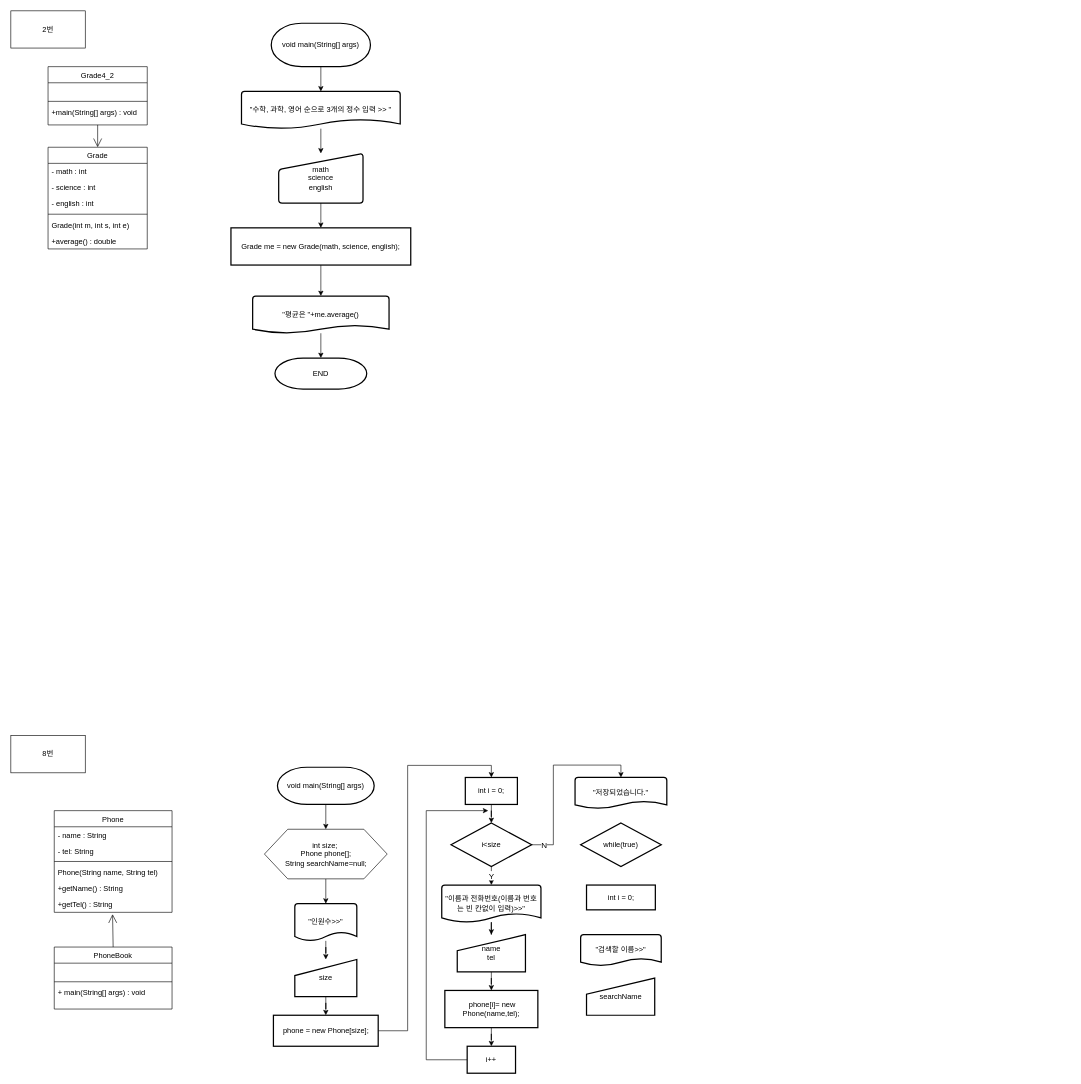
Before: 4장 과제.drawio in skatld123/NSH, a draw.io diagram. Source tidied: cells renumbered, new cells numbered last; positions are measured from the earlier drawing's top-left corner, leaving out a move shared by most shapes. Both pictures are drawn from the tidied source at 62%, with x=0, y=0 at pixel (11, 11).
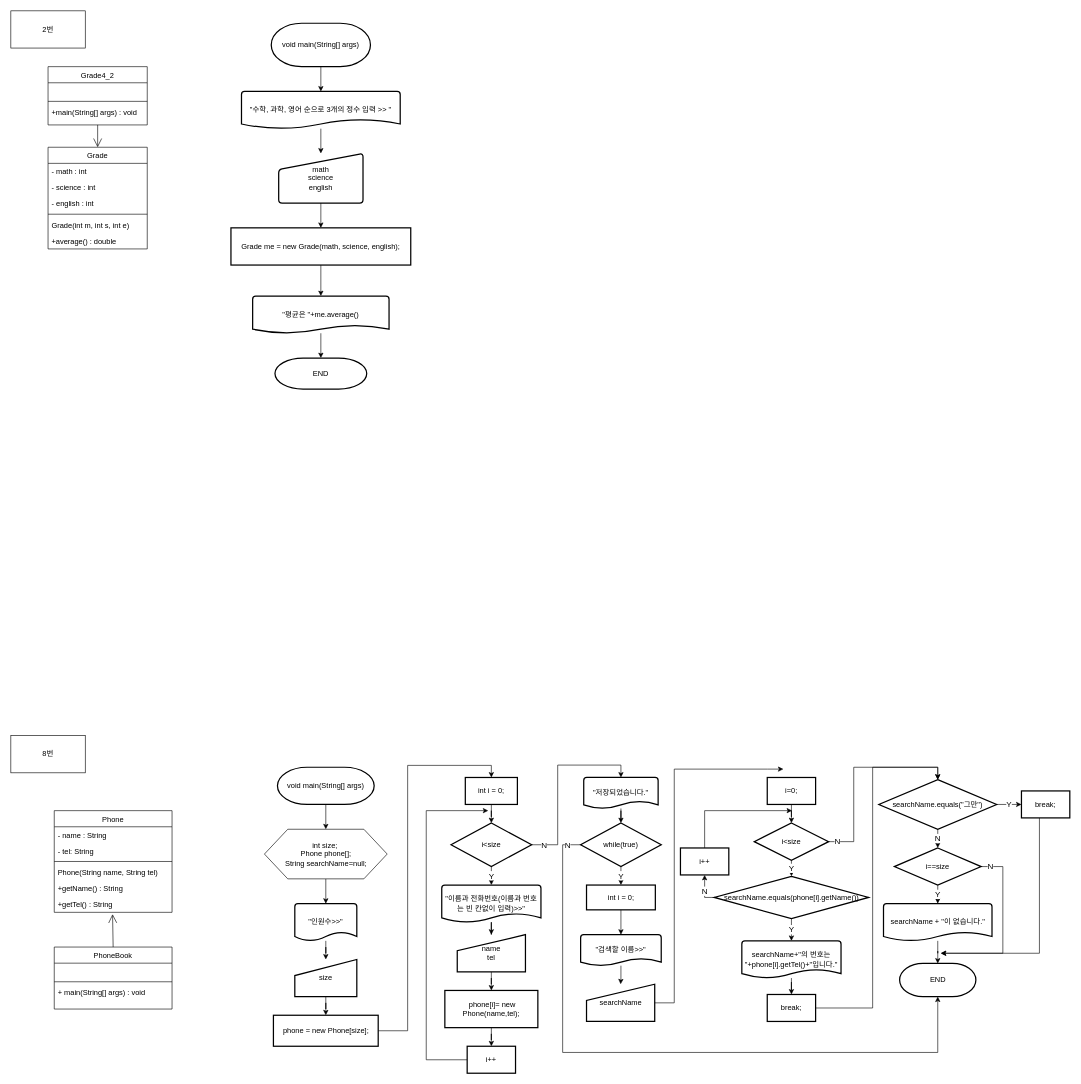
After the change.

Commit message:
4장 과제.drawio 업데이트

Unchanged cells that the change refers to:
```xml
<mxCell id="63" value="while(true)" style="strokeWidth=2;html=1;shape=mxgraph.flowchart.decision;whiteSpace=wrap;" parent="1" vertex="1">
  <mxGeometry x="919" y="1310" width="130" height="70" as="geometry" />
</mxCell>
<mxCell id="64" value="int i = 0;" style="rounded=1;whiteSpace=wrap;html=1;absoluteArcSize=1;arcSize=0;strokeWidth=2;" parent="1" vertex="1">
  <mxGeometry x="928.5" y="1410" width="111" height="40" as="geometry" />
</mxCell>
<mxCell id="65" value="&quot;검색할 이름&amp;gt;&amp;gt;&quot;" style="strokeWidth=2;html=1;shape=mxgraph.flowchart.document2;whiteSpace=wrap;size=0.23333333333333334;" parent="1" vertex="1">
  <mxGeometry x="919" y="1490" width="130" height="50" as="geometry" />
</mxCell>
```

The edit, as a diff of the source:
```diff
@@
+    <mxCell id="67" style="edgeStyle=orthogonalEdgeStyle;rounded=0;jettySize=auto;html=1;fontSize=13;" parent="1" edge="1" source="62" target="63">
+      <mxGeometry relative="1" as="geometry" />
+    </mxCell>
     <mxCell id="62" value="&quot;저장되었습니다.&quot;" style="strokeWidth=2;html=1;shape=mxgraph.flowchart.document2;whiteSpace=wrap;size=0.23333333333333334;" parent="1" vertex="1">
-      <mxGeometry x="910" y="1236.5" width="148" height="50" as="geometry" />
+      <mxGeometry x="924" y="1236.5" width="120" height="50" as="geometry" />
     </mxCell>
+    <mxCell id="68" value="Y" style="edgeStyle=orthogonalEdgeStyle;rounded=0;jettySize=auto;html=1;entryX=0.5;entryY=0;entryDx=0;entryDy=0;fontSize=13;" parent="1" edge="1" source="63" target="64">
+      <mxGeometry relative="1" as="geometry" />
+    </mxCell>
+    <mxCell id="69" value="N" style="edgeStyle=orthogonalEdgeStyle;rounded=0;jettySize=auto;html=1;fontSize=13;entryX=0.5;entryY=1;entryDx=0;entryDy=0;entryPerimeter=0;" parent="1" edge="1" source="63" target="97">
+      <mxGeometry x="-0.96" relative="1" as="geometry">
+        <Array as="points">
+          <mxPoint x="890" y="1345" />
+          <mxPoint x="890" y="1680" />
+          <mxPoint x="1495" y="1680" />
+        </Array>
+      </mxGeometry>
+    </mxCell>
@@
+    <mxCell id="70" style="edgeStyle=orthogonalEdgeStyle;rounded=0;jettySize=auto;html=1;entryX=0.5;entryY=0;entryDx=0;entryDy=0;entryPerimeter=0;fontSize=13;" parent="1" edge="1" source="64" target="65">
+      <mxGeometry relative="1" as="geometry" />
+    </mxCell>
@@
+    <mxCell id="71" style="edgeStyle=orthogonalEdgeStyle;rounded=0;jettySize=auto;html=1;fontSize=13;" parent="1" edge="1" source="65" target="66">
+      <mxGeometry relative="1" as="geometry" />
+    </mxCell>
@@
+    <mxCell id="72" style="edgeStyle=orthogonalEdgeStyle;rounded=0;jettySize=auto;html=1;fontSize=13;" parent="1" edge="1" source="66">
+      <mxGeometry relative="1" as="geometry">
+        <mxPoint x="1246" y="1223" as="targetPoint" />
+        <Array as="points">
+          <mxPoint x="1070" y="1600" />
+          <mxPoint x="1070" y="1223" />
+          <mxPoint x="1220" y="1223" />
+        </Array>
+      </mxGeometry>
+    </mxCell>
     <mxCell id="66" value="searchName" style="html=1;strokeWidth=2;shape=manualInput;whiteSpace=wrap;rounded=1;size=26;arcSize=0;" parent="1" vertex="1">
-      <mxGeometry x="928.5" y="1560" width="110" height="60" as="geometry" />
+      <mxGeometry x="928.5" y="1570" width="110" height="60" as="geometry" />
     </mxCell>
+    <mxCell id="73" value="Y" style="edgeStyle=orthogonalEdgeStyle;rounded=0;jettySize=auto;html=1;entryX=0.5;entryY=0;entryDx=0;entryDy=0;entryPerimeter=0;fontSize=13;" parent="1" edge="1" source="75" target="82">
+      <mxGeometry relative="1" as="geometry" />
+    </mxCell>
+    <mxCell id="74" value="N" style="edgeStyle=orthogonalEdgeStyle;rounded=0;jettySize=auto;html=1;entryX=0.5;entryY=0;entryDx=0;entryDy=0;entryPerimeter=0;fontSize=13;" parent="1" edge="1" source="75" target="89">
+      <mxGeometry x="-0.91" relative="1" as="geometry" />
+    </mxCell>
+    <mxCell id="75" value="i&amp;lt;size" style="strokeWidth=2;html=1;shape=mxgraph.flowchart.decision;whiteSpace=wrap;" parent="1" vertex="1">
+      <mxGeometry x="1199" y="1310" width="120" height="60" as="geometry" />
+    </mxCell>
+    <mxCell id="76" style="edgeStyle=orthogonalEdgeStyle;rounded=0;jettySize=auto;html=1;fontSize=13;" parent="1" edge="1" source="77">
+      <mxGeometry relative="1" as="geometry">
+        <mxPoint x="1260" y="1290" as="targetPoint" />
+        <Array as="points">
+          <mxPoint x="1119" y="1290" />
+        </Array>
+      </mxGeometry>
+    </mxCell>
+    <mxCell id="77" value="i++" style="rounded=1;whiteSpace=wrap;html=1;absoluteArcSize=1;arcSize=0;strokeWidth=2;" parent="1" vertex="1">
+      <mxGeometry x="1080" y="1350.2" width="78" height="43.5" as="geometry" />
+    </mxCell>
+    <mxCell id="78" style="edgeStyle=orthogonalEdgeStyle;rounded=0;jettySize=auto;html=1;entryX=0.5;entryY=0;entryDx=0;entryDy=0;entryPerimeter=0;fontSize=13;" parent="1" edge="1" source="79" target="75">
+      <mxGeometry relative="1" as="geometry" />
+    </mxCell>
+    <mxCell id="79" value="i=0;" style="rounded=1;whiteSpace=wrap;html=1;absoluteArcSize=1;arcSize=0;strokeWidth=2;" parent="1" vertex="1">
+      <mxGeometry x="1220" y="1236.5" width="78" height="43.5" as="geometry" />
+    </mxCell>
+    <mxCell id="80" value="Y" style="edgeStyle=orthogonalEdgeStyle;rounded=0;jettySize=auto;html=1;fontSize=13;" parent="1" edge="1" source="82" target="84">
+      <mxGeometry relative="1" as="geometry" />
+    </mxCell>
+    <mxCell id="81" value="N" style="edgeStyle=orthogonalEdgeStyle;rounded=0;jettySize=auto;html=1;entryX=0.5;entryY=1;entryDx=0;entryDy=0;fontSize=13;" parent="1" edge="1" source="82" target="77">
+      <mxGeometry relative="1" as="geometry">
+        <Array as="points">
+          <mxPoint x="1119" y="1430" />
+        </Array>
+      </mxGeometry>
+    </mxCell>
+    <mxCell id="82" value="searchName.equals(phone[i].getName())" style="strokeWidth=2;html=1;shape=mxgraph.flowchart.decision;whiteSpace=wrap;" parent="1" vertex="1">
+      <mxGeometry x="1134.5" y="1395.9" width="249" height="68.2" as="geometry" />
+    </mxCell>
+    <mxCell id="83" style="edgeStyle=orthogonalEdgeStyle;rounded=0;jettySize=auto;html=1;fontSize=13;" parent="1" edge="1" source="84" target="86">
+      <mxGeometry relative="1" as="geometry" />
+    </mxCell>
+    <mxCell id="84" value="searchName+&quot;의 번호는 &quot;+phone[i].getTel()+&quot;입니다.&quot;" style="strokeWidth=2;html=1;shape=mxgraph.flowchart.document2;whiteSpace=wrap;size=0.23333333333333334;" parent="1" vertex="1">
+      <mxGeometry x="1179" y="1500" width="160" height="60" as="geometry" />
+    </mxCell>
+    <mxCell id="85" style="edgeStyle=orthogonalEdgeStyle;rounded=0;jettySize=auto;html=1;entryX=0.5;entryY=0;entryDx=0;entryDy=0;entryPerimeter=0;fontSize=13;" parent="1" edge="1" source="86" target="89">
+      <mxGeometry relative="1" as="geometry">
+        <Array as="points">
+          <mxPoint x="1390" y="1608" />
+          <mxPoint x="1390" y="1220" />
+          <mxPoint x="1495" y="1220" />
+        </Array>
+      </mxGeometry>
+    </mxCell>
+    <mxCell id="86" value="break;" style="rounded=1;whiteSpace=wrap;html=1;absoluteArcSize=1;arcSize=0;strokeWidth=2;" parent="1" vertex="1">
+      <mxGeometry x="1220" y="1586.5" width="78" height="43.5" as="geometry" />
+    </mxCell>
+    <mxCell id="87" value="Y" style="edgeStyle=orthogonalEdgeStyle;rounded=0;jettySize=auto;html=1;fontSize=13;" parent="1" edge="1" source="89" target="91">
+      <mxGeometry relative="1" as="geometry" />
+    </mxCell>
+    <mxCell id="88" value="N" style="edgeStyle=orthogonalEdgeStyle;rounded=0;jettySize=auto;html=1;fontSize=13;" parent="1" edge="1" source="89" target="94">
+      <mxGeometry relative="1" as="geometry" />
+    </mxCell>
+    <mxCell id="89" value="searchName.equals(&quot;그만&quot;)" style="strokeWidth=2;html=1;shape=mxgraph.flowchart.decision;whiteSpace=wrap;" parent="1" vertex="1">
+      <mxGeometry x="1400" y="1240" width="190" height="80" as="geometry" />
+    </mxCell>
+    <mxCell id="90" style="edgeStyle=orthogonalEdgeStyle;rounded=0;jettySize=auto;html=1;fontSize=13;" parent="1" edge="1" source="91">
+      <mxGeometry relative="1" as="geometry">
+        <mxPoint x="1500" y="1520" as="targetPoint" />
+        <Array as="points">
+          <mxPoint x="1659" y="1520" />
+        </Array>
+      </mxGeometry>
+    </mxCell>
+    <mxCell id="91" value="break;" style="rounded=1;whiteSpace=wrap;html=1;absoluteArcSize=1;arcSize=0;strokeWidth=2;" parent="1" vertex="1">
+      <mxGeometry x="1630" y="1258.2" width="78" height="43.5" as="geometry" />
+    </mxCell>
+    <mxCell id="92" value="Y" style="edgeStyle=orthogonalEdgeStyle;rounded=0;jettySize=auto;html=1;fontSize=13;" parent="1" edge="1" source="94" target="96">
+      <mxGeometry relative="1" as="geometry" />
+    </mxCell>
+    <mxCell id="93" value="N" style="edgeStyle=orthogonalEdgeStyle;rounded=0;jettySize=auto;html=1;fontSize=13;" parent="1" edge="1" source="94">
+      <mxGeometry x="-0.89" relative="1" as="geometry">
+        <mxPoint x="1500" y="1520" as="targetPoint" />
+        <Array as="points">
+          <mxPoint x="1600" y="1380" />
+          <mxPoint x="1600" y="1520" />
+        </Array>
+      </mxGeometry>
+    </mxCell>
+    <mxCell id="94" value="i==size" style="strokeWidth=2;html=1;shape=mxgraph.flowchart.decision;whiteSpace=wrap;" parent="1" vertex="1">
+      <mxGeometry x="1425" y="1350.2" width="140" height="60" as="geometry" />
+    </mxCell>
+    <mxCell id="95" style="edgeStyle=orthogonalEdgeStyle;rounded=0;jettySize=auto;html=1;fontSize=13;" parent="1" edge="1" source="96" target="97">
+      <mxGeometry relative="1" as="geometry" />
+    </mxCell>
+    <mxCell id="96" value="searchName + &quot;이 없습니다.&quot;" style="strokeWidth=2;html=1;shape=mxgraph.flowchart.document2;whiteSpace=wrap;size=0.23333333333333334;" parent="1" vertex="1">
+      <mxGeometry x="1407.5" y="1440" width="175" height="60" as="geometry" />
+    </mxCell>
+    <mxCell id="97" value="END" style="strokeWidth=2;html=1;shape=mxgraph.flowchart.terminator;whiteSpace=wrap;" parent="1" vertex="1">
+      <mxGeometry x="1433.5" y="1536.5" width="123" height="53.5" as="geometry" />
+    </mxCell>
```
